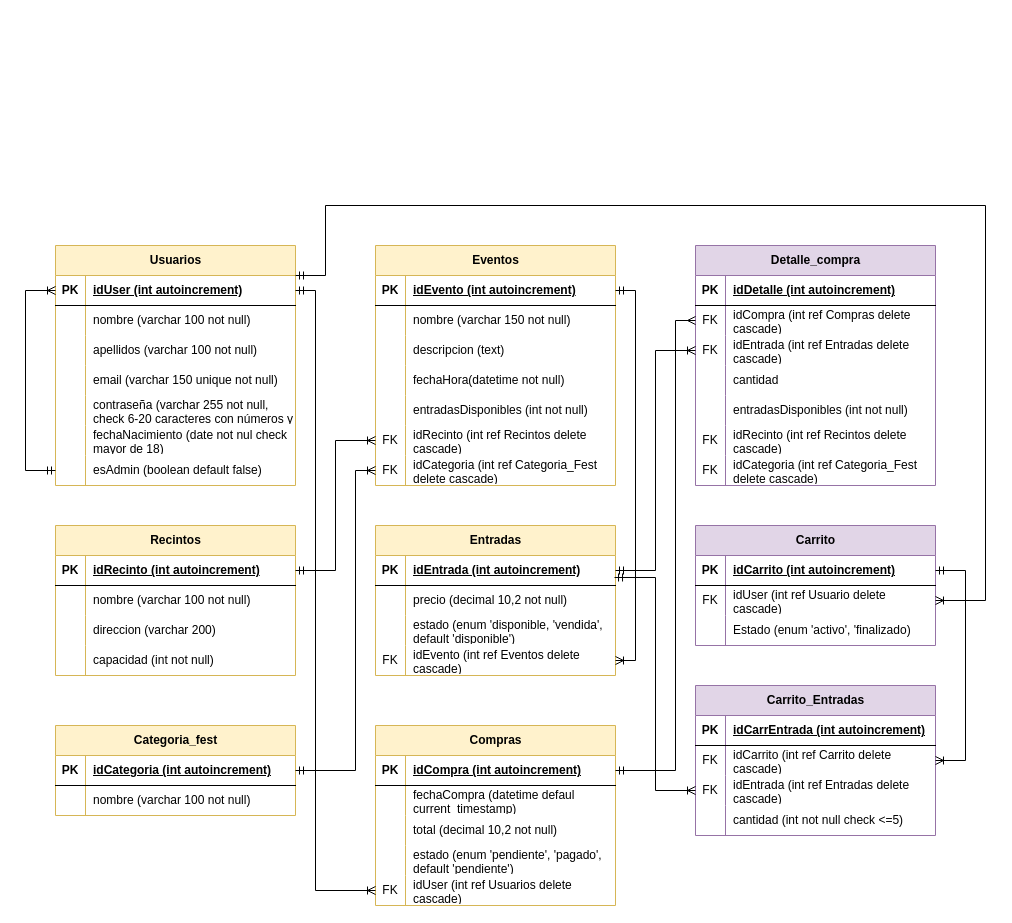
This is page "Modelo Relacional" (2 of 3) of docs/E-R.drawio from julianaLoor/festivaleandoando, a draw.io file, before an edit. Source tidied: cells renumbered, new cells numbered last; positions are measured from the earlier drawing's top-left corner, leaving out a move shared by most shapes. Both pictures are drawn from the tidied source at 100%, with x=0, y=0 at pixel (25, 205).
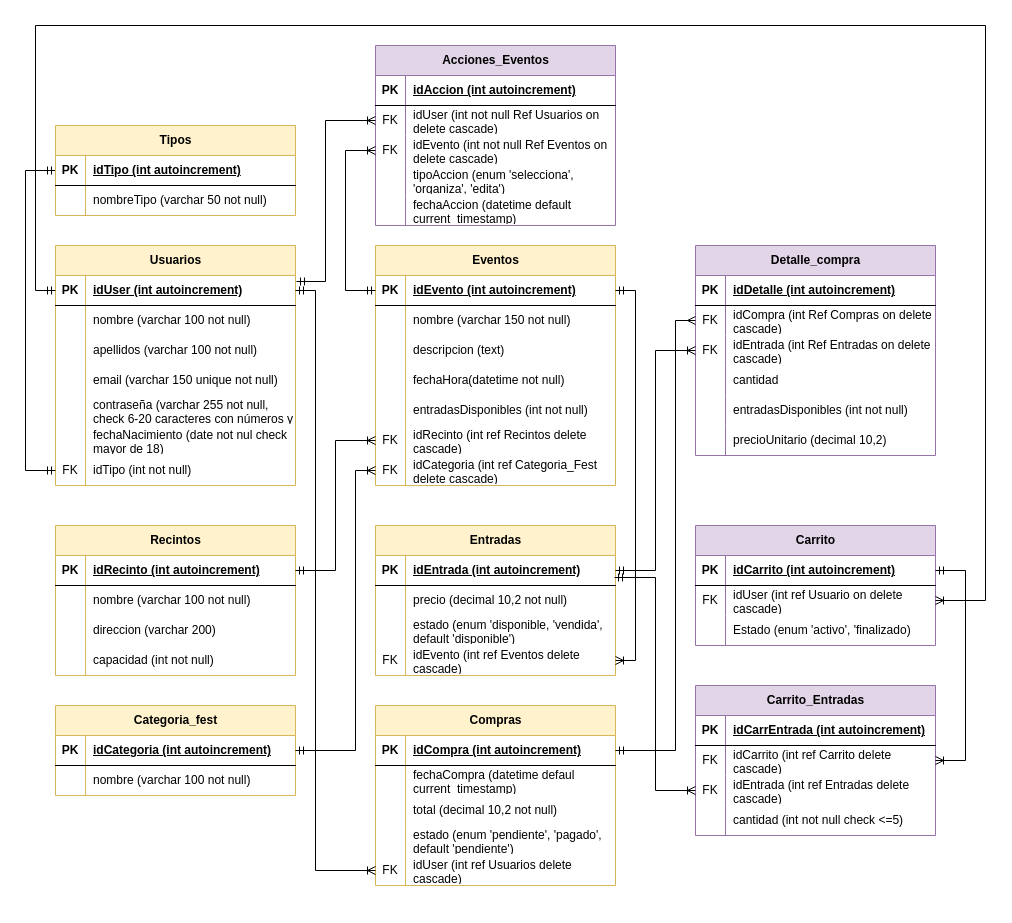
The same diagram, later.

The change refers to these unchanged cells:
```xml
<mxCell id="3" style="shape=tableRow;horizontal=0;startSize=0;swimlaneHead=0;swimlaneBody=0;fillColor=none;points=[[0,0.5],[1,0.5]];portConstraint=eastwest;top=0;left=0;right=0;bottom=1;" parent="2" vertex="1">
  <mxGeometry y="30" width="240" height="30" as="geometry" />
</mxCell>
<mxCell id="21" style="shape=tableRow;horizontal=0;startSize=0;swimlaneHead=0;swimlaneBody=0;fillColor=none;points=[[0,0.5],[1,0.5]];portConstraint=eastwest;top=0;left=0;right=0;bottom=0;" parent="2" vertex="1">
  <mxGeometry y="210" width="240" height="30" as="geometry" />
</mxCell>
<mxCell id="39" style="shape=tableRow;horizontal=0;startSize=0;swimlaneHead=0;swimlaneBody=0;fillColor=none;points=[[0,0.5],[1,0.5]];portConstraint=eastwest;top=0;left=0;right=0;bottom=1;" parent="38" vertex="1">
  <mxGeometry y="30" width="240" height="30" as="geometry" />
</mxCell>
<mxCell id="46" style="shape=tableRow;horizontal=0;startSize=0;swimlaneHead=0;swimlaneBody=0;fillColor=none;points=[[0,0.5],[1,0.5]];portConstraint=eastwest;top=0;left=0;right=0;bottom=1;" parent="45" vertex="1">
  <mxGeometry y="30" width="240" height="30" as="geometry" />
</mxCell>
<mxCell id="64" style="shape=tableRow;horizontal=0;startSize=0;swimlaneHead=0;swimlaneBody=0;fillColor=none;points=[[0,0.5],[1,0.5]];portConstraint=eastwest;top=0;left=0;right=0;bottom=0;" parent="45" vertex="1">
  <mxGeometry y="210" width="240" height="30" as="geometry" />
</mxCell>
<mxCell id="81" style="shape=tableRow;horizontal=0;startSize=0;swimlaneHead=0;swimlaneBody=0;fillColor=none;points=[[0,0.5],[1,0.5]];portConstraint=eastwest;top=0;left=0;right=0;bottom=1;" parent="80" vertex="1">
  <mxGeometry y="30" width="240" height="30" as="geometry" />
</mxCell>
<mxCell id="93" style="shape=tableRow;horizontal=0;startSize=0;swimlaneHead=0;swimlaneBody=0;fillColor=none;points=[[0,0.5],[1,0.5]];portConstraint=eastwest;top=0;left=0;right=0;bottom=0;" parent="80" vertex="1">
  <mxGeometry y="150" width="240" height="30" as="geometry" />
</mxCell>
<mxCell id="100" style="shape=tableRow;horizontal=0;startSize=0;swimlaneHead=0;swimlaneBody=0;fillColor=none;points=[[0,0.5],[1,0.5]];portConstraint=eastwest;top=0;left=0;right=0;bottom=0;" parent="96" vertex="1">
  <mxGeometry y="60" width="240" height="30" as="geometry" />
</mxCell>
<mxCell id="103" style="shape=tableRow;horizontal=0;startSize=0;swimlaneHead=0;swimlaneBody=0;fillColor=none;points=[[0,0.5],[1,0.5]];portConstraint=eastwest;top=0;left=0;right=0;bottom=0;" parent="96" vertex="1">
  <mxGeometry y="90" width="240" height="30" as="geometry" />
</mxCell>
<mxCell id="112" style="shape=tableRow;horizontal=0;startSize=0;swimlaneHead=0;swimlaneBody=0;fillColor=none;top=0;left=0;right=0;bottom=0;" parent="96" vertex="1">
  <mxGeometry y="180" width="240" height="30" as="geometry" />
</mxCell>
<mxCell id="125" style="shape=tableRow;horizontal=0;startSize=0;swimlaneHead=0;swimlaneBody=0;fillColor=none;points=[[0,0.5],[1,0.5]];portConstraint=eastwest;top=0;left=0;right=0;bottom=0;" parent="121" vertex="1">
  <mxGeometry y="60" width="240" height="30" as="geometry" />
</mxCell>
```

Diff of the diagram source:
```diff
@@
-    <mxCell id="22" style="shape=partialRectangle;fillColor=none;top=0;left=0;bottom=0;right=0;overflow=hidden;whiteSpace=wrap;html=1;" parent="21" vertex="1">
+    <mxCell id="22" value="FK" style="shape=partialRectangle;fillColor=none;top=0;left=0;bottom=0;right=0;overflow=hidden;whiteSpace=wrap;html=1;" parent="21" vertex="1">
       <mxGeometry width="30" height="30" as="geometry" />
     </mxCell>
-    <mxCell id="23" value="esAdmin (boolean default false)" style="shape=partialRectangle;fillColor=none;top=0;left=0;bottom=0;right=0;align=left;spacingLeft=6;overflow=hidden;whiteSpace=wrap;html=1;" parent="21" vertex="1">
+    <mxCell id="23" value="idTipo (int not null)" style="shape=partialRectangle;fillColor=none;top=0;left=0;bottom=0;right=0;align=left;spacingLeft=6;overflow=hidden;whiteSpace=wrap;html=1;" parent="21" vertex="1">
       <mxGeometry x="30" width="210" height="30" as="geometry" />
     </mxCell>
-    <mxCell id="24" style="edgeStyle=orthogonalEdgeStyle;rounded=0;jettySize=auto;html=1;entryX=0;entryY=0.5;entryDx=0;entryDy=0;endArrow=ERoneToMany;endFill=0;startArrow=ERmandOne;startFill=0;" parent="1" edge="1" source="21" target="3">
+    <mxCell id="24" style="edgeStyle=orthogonalEdgeStyle;rounded=0;jettySize=auto;html=1;entryX=0;entryY=0.5;entryDx=0;entryDy=0;endArrow=ERmandOne;endFill=0;startArrow=ERmandOne;startFill=0;" parent="1" edge="1" source="21" target="153">
       <mxGeometry relative="1" as="geometry">
         <Array as="points">
           <mxPoint y="265" />
-          <mxPoint y="85" />
+          <mxPoint y="-35" />
         </Array>
       </mxGeometry>
     </mxCell>
@@
     <mxCell id="38" value="Categoria_fest" style="shape=table;startSize=30;childLayout=tableLayout;rowLines=0;fontStyle=1;align=center;html=1;fillColor=#fff2cc;strokeColor=#d6b656;" parent="1" vertex="1">
-      <mxGeometry x="30" y="520" width="240" height="90" as="geometry" />
+      <mxGeometry x="30" y="500" width="240" height="90" as="geometry" />
     </mxCell>
@@
     <mxCell id="80" value="Compras" style="shape=table;startSize=30;childLayout=tableLayout;rowLines=0;fontStyle=1;align=center;html=1;fillColor=#fff2cc;strokeColor=#d6b656;" parent="1" vertex="1">
-      <mxGeometry x="350" y="520" width="240" height="180" as="geometry" />
+      <mxGeometry x="350" y="500" width="240" height="180" as="geometry" />
     </mxCell>
@@
     <mxCell id="96" value="Detalle_compra" style="shape=table;startSize=30;childLayout=tableLayout;rowLines=0;fontStyle=1;align=center;html=1;fillColor=#e1d5e7;strokeColor=#9673a6;" parent="1" vertex="1">
-      <mxGeometry x="670" y="40" width="240" height="240" as="geometry" />
+      <mxGeometry x="670" y="40" width="240" height="210" as="geometry" />
     </mxCell>
@@
-    <mxCell id="102" value="idCompra (int ref Compras delete cascade)" style="shape=partialRectangle;fillColor=none;top=0;left=0;bottom=0;right=0;align=left;spacingLeft=6;overflow=hidden;whiteSpace=wrap;html=1;" parent="100" vertex="1">
+    <mxCell id="102" value="idCompra (int Ref Compras on delete cascade)" style="shape=partialRectangle;fillColor=none;top=0;left=0;bottom=0;right=0;align=left;spacingLeft=6;overflow=hidden;whiteSpace=wrap;html=1;" parent="100" vertex="1">
       <mxGeometry x="30" width="210" height="30" as="geometry" />
     </mxCell>
@@
-    <mxCell id="105" value="idEntrada (int ref Entradas delete cascade)" style="shape=partialRectangle;fillColor=none;top=0;left=0;bottom=0;right=0;align=left;spacingLeft=6;overflow=hidden;whiteSpace=wrap;html=1;" parent="103" vertex="1">
+    <mxCell id="105" value="idEntrada (int Ref Entradas on delete cascade)" style="shape=partialRectangle;fillColor=none;top=0;left=0;bottom=0;right=0;align=left;spacingLeft=6;overflow=hidden;whiteSpace=wrap;html=1;" parent="103" vertex="1">
       <mxGeometry x="30" width="210" height="30" as="geometry" />
     </mxCell>
@@
-    <mxCell id="113" value="FK" style="shape=partialRectangle;fillColor=none;top=0;left=0;bottom=0;right=0;overflow=hidden;whiteSpace=wrap;html=1;" parent="112" vertex="1">
-      <mxGeometry width="30" height="30" as="geometry" />
-    </mxCell>
-    <mxCell id="114" value="idRecinto (int ref Recintos delete cascade)" style="shape=partialRectangle;fillColor=none;top=0;left=0;bottom=0;right=0;align=left;spacingLeft=6;overflow=hidden;whiteSpace=wrap;html=1;" parent="112" vertex="1">
-      <mxGeometry x="30" width="210" height="30" as="geometry" />
-    </mxCell>
-    <mxCell id="115" style="shape=tableRow;horizontal=0;startSize=0;swimlaneHead=0;swimlaneBody=0;fillColor=none;top=0;left=0;right=0;bottom=0;" parent="96" vertex="1">
-      <mxGeometry y="210" width="240" height="30" as="geometry" />
-    </mxCell>
-    <mxCell id="116" value="FK" style="shape=partialRectangle;fillColor=none;top=0;left=0;bottom=0;right=0;overflow=hidden;whiteSpace=wrap;html=1;" parent="115" vertex="1">
-      <mxGeometry width="30" height="30" as="geometry" />
-    </mxCell>
-    <mxCell id="117" value="idCategoria (int ref Categoria_Fest delete cascade)" style="shape=partialRectangle;fillColor=none;top=0;left=0;bottom=0;right=0;align=left;spacingLeft=6;overflow=hidden;whiteSpace=wrap;html=1;" parent="115" vertex="1">
-      <mxGeometry x="30" width="210" height="30" as="geometry" />
-    </mxCell>
+    <mxCell id="150" style="shape=partialRectangle;fillColor=none;top=0;left=0;bottom=0;right=0;overflow=hidden;whiteSpace=wrap;html=1;" parent="112" vertex="1">
+      <mxGeometry width="30" height="30" as="geometry" />
+    </mxCell>
+    <mxCell id="151" value="precioUnitario (decimal 10,2)" style="shape=partialRectangle;fillColor=none;top=0;left=0;bottom=0;right=0;align=left;spacingLeft=6;overflow=hidden;whiteSpace=wrap;html=1;" parent="112" vertex="1">
+      <mxGeometry x="30" width="210" height="30" as="geometry" />
+    </mxCell>
@@
     <mxCell id="119" style="edgeStyle=orthogonalEdgeStyle;rounded=0;jettySize=auto;html=1;exitX=1;exitY=0.5;exitDx=0;exitDy=0;entryX=0;entryY=0.5;entryDx=0;entryDy=0;endArrow=ERoneToMany;endFill=0;startArrow=ERmandOne;startFill=0;" parent="1" edge="1" source="3" target="93">
       <mxGeometry relative="1" as="geometry">
         <Array as="points">
           <mxPoint x="290" y="85" />
-          <mxPoint x="290" y="685" />
+          <mxPoint x="290" y="665" />
         </Array>
       </mxGeometry>
     </mxCell>
     <mxCell id="120" style="edgeStyle=orthogonalEdgeStyle;rounded=0;jettySize=auto;html=1;exitX=1;exitY=0.5;exitDx=0;exitDy=0;entryX=0;entryY=0.5;entryDx=0;entryDy=0;endArrow=ERoneToMany;endFill=0;startArrow=ERmandOne;startFill=0;" parent="1" edge="1" source="39" target="64">
       <mxGeometry relative="1" as="geometry">
         <Array as="points">
-          <mxPoint x="330" y="565" />
+          <mxPoint x="330" y="545" />
           <mxPoint x="330" y="265" />
         </Array>
       </mxGeometry>
     </mxCell>
@@
-    <mxCell id="127" value="idUser (int ref Usuario delete cascade)" style="shape=partialRectangle;fillColor=none;top=0;left=0;bottom=0;right=0;align=left;spacingLeft=6;overflow=hidden;whiteSpace=wrap;html=1;" parent="125" vertex="1">
+    <mxCell id="127" value="idUser (int ref Usuario on delete cascade)" style="shape=partialRectangle;fillColor=none;top=0;left=0;bottom=0;right=0;align=left;spacingLeft=6;overflow=hidden;whiteSpace=wrap;html=1;" parent="125" vertex="1">
       <mxGeometry x="30" width="210" height="30" as="geometry" />
     </mxCell>
@@
-    <mxCell id="144" style="edgeStyle=orthogonalEdgeStyle;rounded=0;jettySize=auto;html=1;entryX=1;entryY=0.5;entryDx=0;entryDy=0;endArrow=ERoneToMany;endFill=0;startArrow=ERmandOne;startFill=0;" parent="1" edge="1" source="3" target="125">
+    <mxCell id="144" style="edgeStyle=orthogonalEdgeStyle;rounded=0;jettySize=auto;html=1;entryX=1;entryY=0.5;entryDx=0;entryDy=0;endArrow=ERoneToMany;endFill=0;startArrow=ERmandOne;startFill=0;exitX=0;exitY=0.5;exitDx=0;exitDy=0;" parent="1" edge="1" source="3" target="125">
       <mxGeometry relative="1" as="geometry">
         <Array as="points">
-          <mxPoint x="300" y="70" />
-          <mxPoint x="300" />
-          <mxPoint x="960" />
+          <mxPoint x="10" y="85" />
+          <mxPoint x="10" y="-180" />
+          <mxPoint x="960" y="-180" />
           <mxPoint x="960" y="395" />
         </Array>
       </mxGeometry>
     </mxCell>
@@
     <mxCell id="148" style="edgeStyle=orthogonalEdgeStyle;rounded=0;jettySize=auto;html=1;exitX=1;exitY=0.5;exitDx=0;exitDy=0;entryX=0;entryY=0.5;entryDx=0;entryDy=0;endArrow=ERmany;endFill=0;startArrow=ERmandOne;startFill=0;" parent="1" edge="1" source="81" target="100">
       <mxGeometry relative="1" as="geometry">
         <Array as="points">
-          <mxPoint x="650" y="565" />
+          <mxPoint x="650" y="545" />
           <mxPoint x="650" y="115" />
         </Array>
       </mxGeometry>
     </mxCell>
@@
+    <mxCell id="152" value="Tipos" style="shape=table;startSize=30;childLayout=tableLayout;rowLines=0;fontStyle=1;align=center;html=1;fillColor=#fff2cc;strokeColor=#d6b656;" parent="1" vertex="1">
+      <mxGeometry x="30" y="-80" width="240" height="90" as="geometry" />
+    </mxCell>
+    <mxCell id="153" style="shape=tableRow;horizontal=0;startSize=0;swimlaneHead=0;swimlaneBody=0;fillColor=none;points=[[0,0.5],[1,0.5]];portConstraint=eastwest;top=0;left=0;right=0;bottom=1;" parent="152" vertex="1">
+      <mxGeometry y="30" width="240" height="30" as="geometry" />
+    </mxCell>
+    <mxCell id="154" value="PK" style="shape=partialRectangle;fillColor=none;top=0;left=0;bottom=0;right=0;fontStyle=1;overflow=hidden;whiteSpace=wrap;html=1;" parent="153" vertex="1">
+      <mxGeometry width="30" height="30" as="geometry" />
+    </mxCell>
+    <mxCell id="155" value="idTipo (int autoincrement)" style="shape=partialRectangle;fillColor=none;top=0;left=0;bottom=0;right=0;align=left;spacingLeft=6;fontStyle=5;overflow=hidden;whiteSpace=wrap;html=1;" parent="153" vertex="1">
+      <mxGeometry x="30" width="210" height="30" as="geometry" />
+    </mxCell>
+    <mxCell id="156" style="shape=tableRow;horizontal=0;startSize=0;swimlaneHead=0;swimlaneBody=0;fillColor=none;top=0;left=0;right=0;bottom=0;" parent="152" vertex="1">
+      <mxGeometry y="60" width="240" height="30" as="geometry" />
+    </mxCell>
+    <mxCell id="157" style="shape=partialRectangle;fillColor=none;top=0;left=0;bottom=0;right=0;overflow=hidden;whiteSpace=wrap;html=1;" parent="156" vertex="1">
+      <mxGeometry width="30" height="30" as="geometry" />
+    </mxCell>
+    <mxCell id="158" value="nombreTipo (varchar 50 not null)" style="shape=partialRectangle;fillColor=none;top=0;left=0;bottom=0;right=0;align=left;spacingLeft=6;overflow=hidden;whiteSpace=wrap;html=1;" parent="156" vertex="1">
+      <mxGeometry x="30" width="210" height="30" as="geometry" />
+    </mxCell>
+    <mxCell id="159" value="Acciones_Eventos" style="shape=table;startSize=30;childLayout=tableLayout;rowLines=0;fontStyle=1;align=center;html=1;fillColor=#e1d5e7;strokeColor=#9673a6;" parent="1" vertex="1">
+      <mxGeometry x="350" y="-160" width="240" height="180" as="geometry" />
+    </mxCell>
+    <mxCell id="160" style="shape=tableRow;horizontal=0;startSize=0;swimlaneHead=0;swimlaneBody=0;fillColor=none;top=0;left=0;right=0;bottom=1;" parent="159" vertex="1">
+      <mxGeometry y="30" width="240" height="30" as="geometry" />
+    </mxCell>
+    <mxCell id="161" value="PK" style="shape=partialRectangle;fillColor=none;top=0;left=0;bottom=0;right=0;fontStyle=1;overflow=hidden;whiteSpace=wrap;html=1;" parent="160" vertex="1">
+      <mxGeometry width="30" height="30" as="geometry" />
+    </mxCell>
+    <mxCell id="162" value="idAccion (int autoincrement)" style="shape=partialRectangle;fillColor=none;top=0;left=0;bottom=0;right=0;align=left;spacingLeft=6;fontStyle=5;overflow=hidden;whiteSpace=wrap;html=1;" parent="160" vertex="1">
+      <mxGeometry x="30" width="210" height="30" as="geometry" />
+    </mxCell>
+    <mxCell id="163" style="shape=tableRow;horizontal=0;startSize=0;swimlaneHead=0;swimlaneBody=0;fillColor=none;points=[[0,0.5],[1,0.5]];portConstraint=eastwest;top=0;left=0;right=0;bottom=0;" parent="159" vertex="1">
+      <mxGeometry y="60" width="240" height="30" as="geometry" />
+    </mxCell>
+    <mxCell id="164" value="FK" style="shape=partialRectangle;fillColor=none;top=0;left=0;bottom=0;right=0;overflow=hidden;whiteSpace=wrap;html=1;" parent="163" vertex="1">
+      <mxGeometry width="30" height="30" as="geometry" />
+    </mxCell>
+    <mxCell id="165" value="idUser (int not null Ref Usuarios on delete cascade)" style="shape=partialRectangle;fillColor=none;top=0;left=0;bottom=0;right=0;align=left;spacingLeft=6;overflow=hidden;whiteSpace=wrap;html=1;" parent="163" vertex="1">
+      <mxGeometry x="30" width="210" height="30" as="geometry" />
+    </mxCell>
+    <mxCell id="166" style="shape=tableRow;horizontal=0;startSize=0;swimlaneHead=0;swimlaneBody=0;fillColor=none;points=[[0,0.5],[1,0.5]];portConstraint=eastwest;top=0;left=0;right=0;bottom=0;" parent="159" vertex="1">
+      <mxGeometry y="90" width="240" height="30" as="geometry" />
+    </mxCell>
+    <mxCell id="167" value="FK" style="shape=partialRectangle;fillColor=none;top=0;left=0;bottom=0;right=0;overflow=hidden;whiteSpace=wrap;html=1;" parent="166" vertex="1">
+      <mxGeometry width="30" height="30" as="geometry" />
+    </mxCell>
+    <mxCell id="168" value="idEvento (int not null Ref Eventos on delete cascade)" style="shape=partialRectangle;fillColor=none;top=0;left=0;bottom=0;right=0;align=left;spacingLeft=6;overflow=hidden;whiteSpace=wrap;html=1;" parent="166" vertex="1">
+      <mxGeometry x="30" width="210" height="30" as="geometry" />
+    </mxCell>
+    <mxCell id="169" style="shape=tableRow;horizontal=0;startSize=0;swimlaneHead=0;swimlaneBody=0;fillColor=none;top=0;left=0;right=0;bottom=0;" parent="159" vertex="1">
+      <mxGeometry y="120" width="240" height="30" as="geometry" />
+    </mxCell>
+    <mxCell id="170" style="shape=partialRectangle;fillColor=none;top=0;left=0;bottom=0;right=0;overflow=hidden;whiteSpace=wrap;html=1;" parent="169" vertex="1">
+      <mxGeometry width="30" height="30" as="geometry" />
+    </mxCell>
+    <mxCell id="171" value="tipoAccion (enum 'selecciona', 'organiza', 'edita')" style="shape=partialRectangle;fillColor=none;top=0;left=0;bottom=0;right=0;align=left;spacingLeft=6;overflow=hidden;whiteSpace=wrap;html=1;" parent="169" vertex="1">
+      <mxGeometry x="30" width="210" height="30" as="geometry" />
+    </mxCell>
+    <mxCell id="172" style="shape=tableRow;horizontal=0;startSize=0;swimlaneHead=0;swimlaneBody=0;fillColor=none;top=0;left=0;right=0;bottom=0;" parent="159" vertex="1">
+      <mxGeometry y="150" width="240" height="30" as="geometry" />
+    </mxCell>
+    <mxCell id="173" style="shape=partialRectangle;fillColor=none;top=0;left=0;bottom=0;right=0;overflow=hidden;whiteSpace=wrap;html=1;" parent="172" vertex="1">
+      <mxGeometry width="30" height="30" as="geometry" />
+    </mxCell>
+    <mxCell id="174" value="fechaAccion (datetime default current_timestamp)" style="shape=partialRectangle;fillColor=none;top=0;left=0;bottom=0;right=0;align=left;spacingLeft=6;overflow=hidden;whiteSpace=wrap;html=1;" parent="172" vertex="1">
+      <mxGeometry x="30" width="210" height="30" as="geometry" />
+    </mxCell>
+    <mxCell id="175" style="edgeStyle=orthogonalEdgeStyle;rounded=0;jettySize=auto;html=1;exitX=1.004;exitY=0.2;exitDx=0;exitDy=0;entryX=0;entryY=0.5;entryDx=0;entryDy=0;exitPerimeter=0;endArrow=ERoneToMany;endFill=0;startArrow=ERmandOne;startFill=0;" parent="1" edge="1" source="3" target="163">
+      <mxGeometry relative="1" as="geometry">
+        <Array as="points">
+          <mxPoint x="300" y="76" />
+          <mxPoint x="300" y="-85" />
+        </Array>
+      </mxGeometry>
+    </mxCell>
+    <mxCell id="176" style="edgeStyle=orthogonalEdgeStyle;rounded=0;jettySize=auto;html=1;exitX=0;exitY=0.5;exitDx=0;exitDy=0;entryX=0;entryY=0.5;entryDx=0;entryDy=0;endArrow=ERoneToMany;endFill=0;startArrow=ERmandOne;startFill=0;" parent="1" edge="1" source="46" target="166">
+      <mxGeometry relative="1" as="geometry">
+        <Array as="points">
+          <mxPoint x="320" y="85" />
+          <mxPoint x="320" y="-55" />
+        </Array>
+      </mxGeometry>
+    </mxCell>
```
